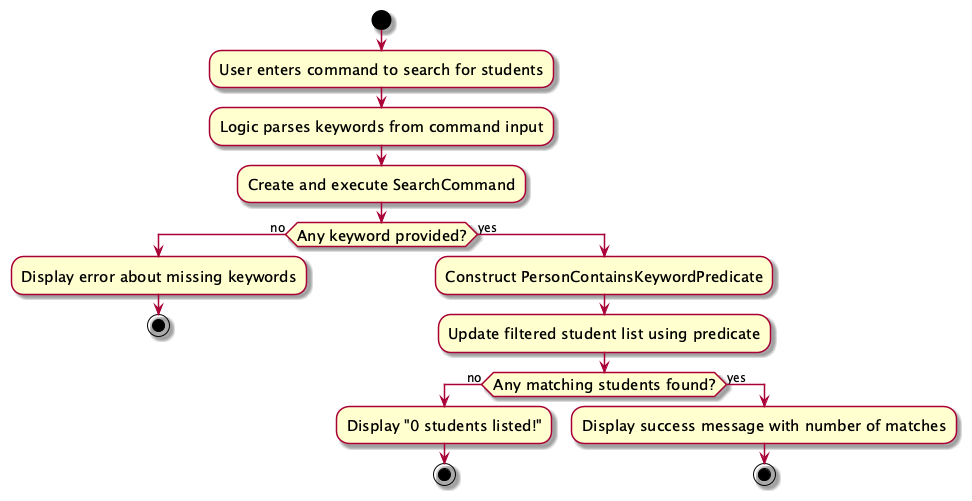
Above: docs/images/SearchCommmandActivityDiagram.png in tonyvict/tp (PlantUML), before the change. Source of this version:
```plantuml
@startuml
skin rose
skinparam ActivityFontSize 15
skinparam ArrowFontSize 12

start
:User enters command to search for students;
:Logic parses keywords from command input;
:Create and execute SearchCommand;
if (Any keyword provided?) then (no)
  :Display error about missing keywords;
  stop
else (yes)
  :Construct PersonContainsKeywordPredicate;
  :Update filtered student list using predicate;
  if (Any matching students found?) then (no)
    :Display "0 students listed!";
    stop
  else (yes)
    :Display success message with number of matches;
    stop
  endif
endif

@enduml
```
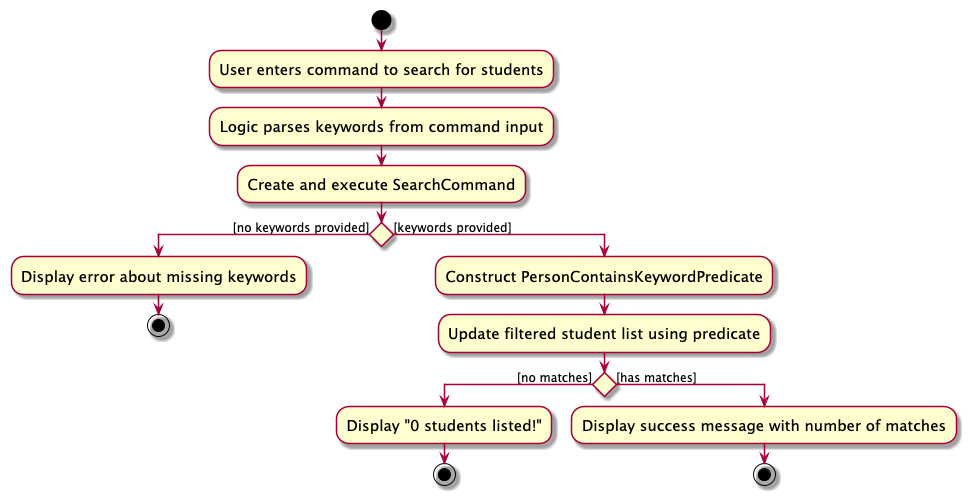
The same diagram one commit later.

Commit message:
Update activity diagrams

What changed in the source:
```diff
@@ -7,16 +7,16 @@
 :User enters command to search for students;
 :Logic parses keywords from command input;
 :Create and execute SearchCommand;
-if (Any keyword provided?) then (no)
+if () then ([no keywords provided])
   :Display error about missing keywords;
   stop
-else (yes)
+else ([keywords provided])
   :Construct PersonContainsKeywordPredicate;
   :Update filtered student list using predicate;
-  if (Any matching students found?) then (no)
+  if () then ([no matches])
     :Display "0 students listed!";
     stop
-  else (yes)
+  else ([has matches])
     :Display success message with number of matches;
     stop
   endif
```
